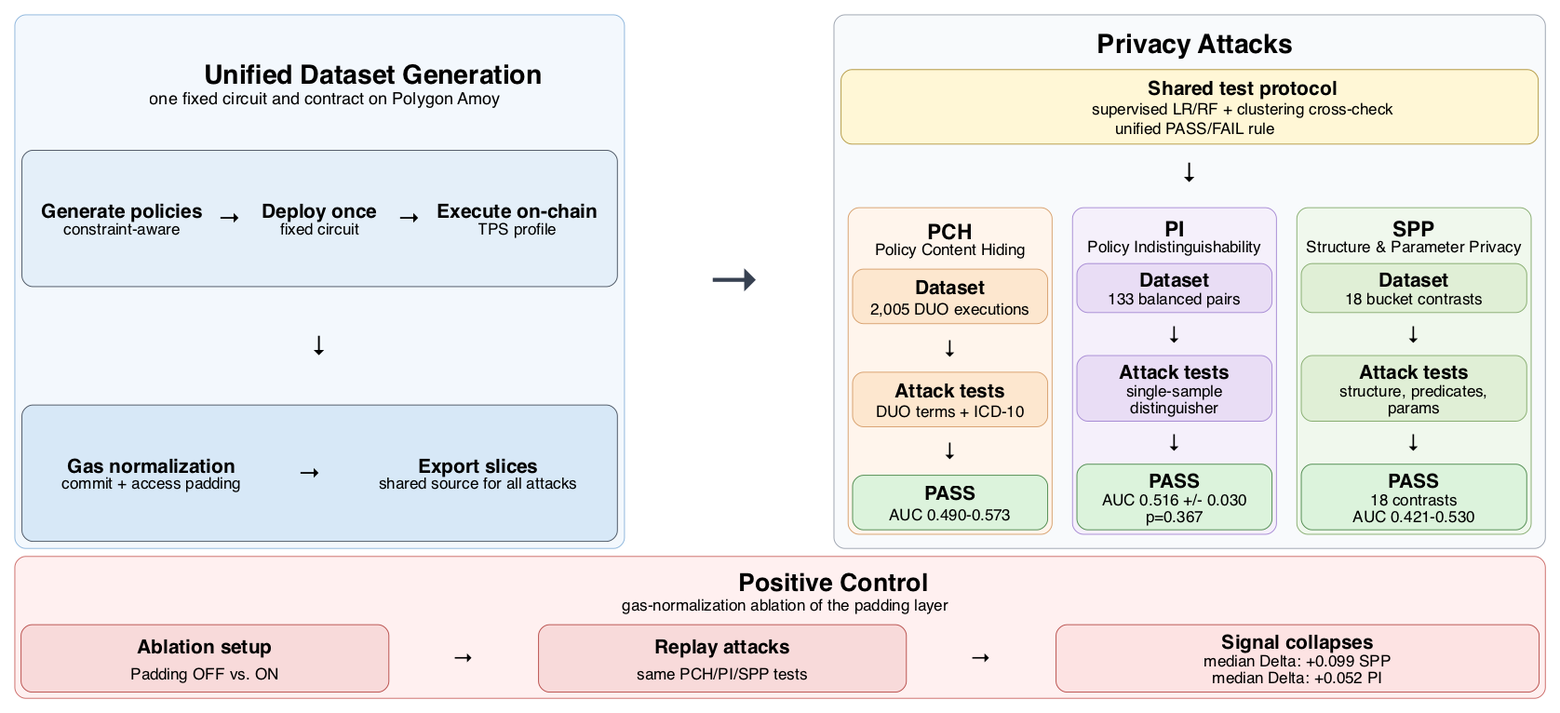
Earlier version of the Graphviz export paper/figures/experiment_flow.png (klifish/policy_privacy). Its source is kept beside it as paper/figures/experiment_flow.dot.
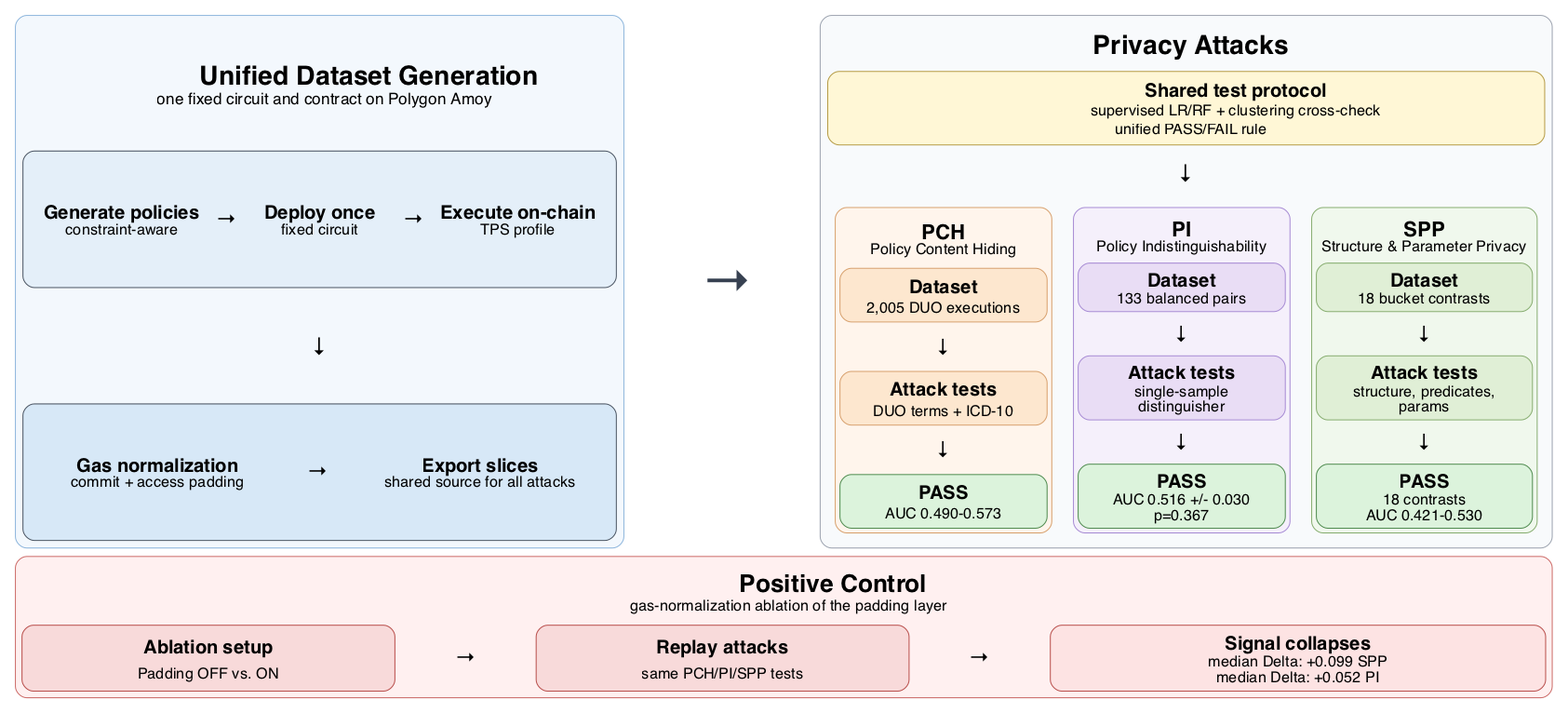
Later version of the same file.

Commit message:
Reduce experiment flow figure font sizes for better fit

Change to the diagram source:
```diff
@@ -11,7 +11,7 @@
     node [
         shape=plain,
         fontname="Helvetica",
-        fontsize=22
+        fontsize=20
     ];
 
     figure [
@@ -23,33 +23,33 @@
                      COLOR="#8db5dc" BGCOLOR="#f3f8fd" STYLE="ROUNDED">
                 <TR>
                   <TD COLSPAN="5" ALIGN="CENTER">
-                    <FONT POINT-SIZE="30"><B>Unified Dataset Generation</B></FONT><BR ALIGN="CENTER"/>
-                    <FONT POINT-SIZE="19">one fixed circuit and contract on Polygon Amoy</FONT>
+                    <FONT POINT-SIZE="28"><B>Unified Dataset Generation</B></FONT><BR ALIGN="CENTER"/>
+                    <FONT POINT-SIZE="17">one fixed circuit and contract on Polygon Amoy</FONT>
                   </TD>
                 </TR>
                 <TR>
                   <TD COLSPAN="5" ALIGN="CENTER" BGCOLOR="#e4eff9" BORDER="1" COLOR="#4b5563" STYLE="ROUNDED">
                     <TABLE BORDER="0" CELLBORDER="0" CELLSPACING="8" CELLPADDING="5">
                       <TR>
-                        <TD WIDTH="150" ALIGN="CENTER"><FONT POINT-SIZE="22"><B>Generate policies</B></FONT><BR ALIGN="CENTER"/><FONT POINT-SIZE="18">constraint-aware</FONT></TD>
-                        <TD><FONT POINT-SIZE="26">&#8594;</FONT></TD>
-                        <TD WIDTH="150" ALIGN="CENTER"><FONT POINT-SIZE="22"><B>Deploy once</B></FONT><BR ALIGN="CENTER"/><FONT POINT-SIZE="18">fixed circuit</FONT></TD>
-                        <TD><FONT POINT-SIZE="26">&#8594;</FONT></TD>
-                        <TD WIDTH="150" ALIGN="CENTER"><FONT POINT-SIZE="22"><B>Execute on-chain</B></FONT><BR ALIGN="CENTER"/><FONT POINT-SIZE="18">TPS profile</FONT></TD>
+                        <TD WIDTH="150" ALIGN="CENTER"><FONT POINT-SIZE="20"><B>Generate policies</B></FONT><BR ALIGN="CENTER"/><FONT POINT-SIZE="16">constraint-aware</FONT></TD>
+                        <TD><FONT POINT-SIZE="22">&#8594;</FONT></TD>
+                        <TD WIDTH="150" ALIGN="CENTER"><FONT POINT-SIZE="20"><B>Deploy once</B></FONT><BR ALIGN="CENTER"/><FONT POINT-SIZE="16">fixed circuit</FONT></TD>
+                        <TD><FONT POINT-SIZE="22">&#8594;</FONT></TD>
+                        <TD WIDTH="150" ALIGN="CENTER"><FONT POINT-SIZE="20"><B>Execute on-chain</B></FONT><BR ALIGN="CENTER"/><FONT POINT-SIZE="16">TPS profile</FONT></TD>
                       </TR>
                     </TABLE>
                   </TD>
                 </TR>
                 <TR>
-                  <TD COLSPAN="5" ALIGN="CENTER"><FONT POINT-SIZE="28">&#8595;</FONT></TD>
+                  <TD COLSPAN="5" ALIGN="CENTER"><FONT POINT-SIZE="24">&#8595;</FONT></TD>
                 </TR>
                 <TR>
                   <TD COLSPAN="5" ALIGN="CENTER" BGCOLOR="#d7e8f7" BORDER="1" COLOR="#4b5563" STYLE="ROUNDED">
                     <TABLE BORDER="0" CELLBORDER="0" CELLSPACING="8" CELLPADDING="5">
                       <TR>
-                        <TD WIDTH="210" ALIGN="CENTER"><FONT POINT-SIZE="22"><B>Gas normalization</B></FONT><BR ALIGN="CENTER"/><FONT POINT-SIZE="18">commit + access padding</FONT></TD>
-                        <TD><FONT POINT-SIZE="26">&#8594;</FONT></TD>
-                        <TD WIDTH="210" ALIGN="CENTER"><FONT POINT-SIZE="22"><B>Export slices</B></FONT><BR ALIGN="CENTER"/><FONT POINT-SIZE="18">shared source for all attacks</FONT></TD>
+                        <TD WIDTH="210" ALIGN="CENTER"><FONT POINT-SIZE="20"><B>Gas normalization</B></FONT><BR ALIGN="CENTER"/><FONT POINT-SIZE="16">commit + access padding</FONT></TD>
+                        <TD><FONT POINT-SIZE="22">&#8594;</FONT></TD>
+                        <TD WIDTH="210" ALIGN="CENTER"><FONT POINT-SIZE="20"><B>Export slices</B></FONT><BR ALIGN="CENTER"/><FONT POINT-SIZE="16">shared source for all attacks</FONT></TD>
                       </TR>
                     </TABLE>
                   </TD>
@@ -58,7 +58,7 @@
             </TD>
 
             <TD WIDTH="55" VALIGN="MIDDLE">
-              <FONT POINT-SIZE="62" COLOR="#374151"><B>&#8594;</B></FONT>
+              <FONT POINT-SIZE="54" COLOR="#374151"><B>&#8594;</B></FONT>
             </TD>
 
             <TD VALIGN="MIDDLE">
@@ -66,42 +66,42 @@
                      COLOR="#9ca3af" BGCOLOR="#f8fafc" STYLE="ROUNDED">
                 <TR>
                   <TD COLSPAN="3" ALIGN="CENTER">
-                    <FONT POINT-SIZE="30"><B>Privacy Attacks</B></FONT>
+                    <FONT POINT-SIZE="28"><B>Privacy Attacks</B></FONT>
                   </TD>
                 </TR>
                 <TR>
                   <TD COLSPAN="3" ALIGN="CENTER" BGCOLOR="#fff7d6" BORDER="1" COLOR="#b59b45" STYLE="ROUNDED">
-                    <FONT POINT-SIZE="22"><B>Shared test protocol</B></FONT><BR ALIGN="CENTER"/>
-                    <FONT POINT-SIZE="18">supervised LR/RF + clustering cross-check</FONT><BR ALIGN="CENTER"/>
-                    <FONT POINT-SIZE="18">unified PASS/FAIL rule</FONT>
+                    <FONT POINT-SIZE="20"><B>Shared test protocol</B></FONT><BR ALIGN="CENTER"/>
+                    <FONT POINT-SIZE="16">supervised LR/RF + clustering cross-check</FONT><BR ALIGN="CENTER"/>
+                    <FONT POINT-SIZE="16">unified PASS/FAIL rule</FONT>
                   </TD>
                 </TR>
                 <TR>
-                  <TD COLSPAN="3" ALIGN="CENTER"><FONT POINT-SIZE="28">&#8595;</FONT></TD>
+                  <TD COLSPAN="3" ALIGN="CENTER"><FONT POINT-SIZE="24">&#8595;</FONT></TD>
                 </TR>
                 <TR>
                   <TD>
                     <TABLE BORDER="1" CELLBORDER="0" CELLSPACING="4" CELLPADDING="6"
                            COLOR="#d7a06d" BGCOLOR="#fff5ec" STYLE="ROUNDED">
-                      <TR><TD WIDTH="220" ALIGN="CENTER"><FONT POINT-SIZE="24"><B>PCH</B></FONT><BR ALIGN="CENTER"/><FONT POINT-SIZE="18">Policy Content Hiding</FONT></TD></TR>
+                      <TR><TD WIDTH="220" ALIGN="CENTER"><FONT POINT-SIZE="22"><B>PCH</B></FONT><BR ALIGN="CENTER"/><FONT POINT-SIZE="16">Policy Content Hiding</FONT></TD></TR>
                       <TR><TD WIDTH="220" ALIGN="CENTER" BGCOLOR="#fde7cf" BORDER="1" COLOR="#d7a06d" STYLE="ROUNDED">
                         <TABLE BORDER="0" CELLBORDER="0" CELLSPACING="0" CELLPADDING="0">
-                          <TR><TD ALIGN="CENTER"><FONT POINT-SIZE="22"><B>Dataset</B></FONT></TD></TR>
-                          <TR><TD ALIGN="CENTER"><FONT POINT-SIZE="18">2,005 DUO executions</FONT></TD></TR>
+                          <TR><TD ALIGN="CENTER"><FONT POINT-SIZE="20"><B>Dataset</B></FONT></TD></TR>
+                          <TR><TD ALIGN="CENTER"><FONT POINT-SIZE="16">2,005 DUO executions</FONT></TD></TR>
                         </TABLE>
                       </TD></TR>
-                      <TR><TD ALIGN="CENTER"><FONT POINT-SIZE="24">&#8595;</FONT></TD></TR>
+                      <TR><TD ALIGN="CENTER"><FONT POINT-SIZE="22">&#8595;</FONT></TD></TR>
                       <TR><TD WIDTH="220" ALIGN="CENTER" BGCOLOR="#fde7cf" BORDER="1" COLOR="#d7a06d" STYLE="ROUNDED">
                         <TABLE BORDER="0" CELLBORDER="0" CELLSPACING="0" CELLPADDING="0">
-                          <TR><TD ALIGN="CENTER"><FONT POINT-SIZE="22"><B>Attack tests</B></FONT></TD></TR>
-                          <TR><TD ALIGN="CENTER"><FONT POINT-SIZE="18">DUO terms + ICD-10</FONT></TD></TR>
+                          <TR><TD ALIGN="CENTER"><FONT POINT-SIZE="20"><B>Attack tests</B></FONT></TD></TR>
+                          <TR><TD ALIGN="CENTER"><FONT POINT-SIZE="16">DUO terms + ICD-10</FONT></TD></TR>
                         </TABLE>
                       </TD></TR>
-                      <TR><TD ALIGN="CENTER"><FONT POINT-SIZE="24">&#8595;</FONT></TD></TR>
+                      <TR><TD ALIGN="CENTER"><FONT POINT-SIZE="22">&#8595;</FONT></TD></TR>
                       <TR><TD WIDTH="220" ALIGN="CENTER" BGCOLOR="#dcf3dc" BORDER="1" COLOR="#4f8b4f" STYLE="ROUNDED">
                         <TABLE BORDER="0" CELLBORDER="0" CELLSPACING="0" CELLPADDING="0">
-                          <TR><TD ALIGN="CENTER"><FONT POINT-SIZE="22"><B>PASS</B></FONT></TD></TR>
-                          <TR><TD ALIGN="CENTER"><FONT POINT-SIZE="18">AUC 0.490-0.573</FONT></TD></TR>
+                          <TR><TD ALIGN="CENTER"><FONT POINT-SIZE="20"><B>PASS</B></FONT></TD></TR>
+                          <TR><TD ALIGN="CENTER"><FONT POINT-SIZE="16">AUC 0.490-0.573</FONT></TD></TR>
                         </TABLE>
                       </TD></TR>
                     </TABLE>
@@ -109,27 +109,27 @@
                   <TD>
                     <TABLE BORDER="1" CELLBORDER="0" CELLSPACING="4" CELLPADDING="6"
                            COLOR="#a78bd4" BGCOLOR="#f5f0fb" STYLE="ROUNDED">
-                      <TR><TD WIDTH="220" ALIGN="CENTER"><FONT POINT-SIZE="24"><B>PI</B></FONT><BR ALIGN="CENTER"/><FONT POINT-SIZE="18">Policy Indistinguishability</FONT></TD></TR>
+                      <TR><TD WIDTH="220" ALIGN="CENTER"><FONT POINT-SIZE="22"><B>PI</B></FONT><BR ALIGN="CENTER"/><FONT POINT-SIZE="16">Policy Indistinguishability</FONT></TD></TR>
                       <TR><TD WIDTH="220" ALIGN="CENTER" BGCOLOR="#e9ddf5" BORDER="1" COLOR="#a78bd4" STYLE="ROUNDED">
                         <TABLE BORDER="0" CELLBORDER="0" CELLSPACING="0" CELLPADDING="0">
-                          <TR><TD ALIGN="CENTER"><FONT POINT-SIZE="22"><B>Dataset</B></FONT></TD></TR>
-                          <TR><TD ALIGN="CENTER"><FONT POINT-SIZE="18">133 balanced pairs</FONT></TD></TR>
+                          <TR><TD ALIGN="CENTER"><FONT POINT-SIZE="20"><B>Dataset</B></FONT></TD></TR>
+                          <TR><TD ALIGN="CENTER"><FONT POINT-SIZE="16">133 balanced pairs</FONT></TD></TR>
                         </TABLE>
                       </TD></TR>
-                      <TR><TD ALIGN="CENTER"><FONT POINT-SIZE="24">&#8595;</FONT></TD></TR>
+                      <TR><TD ALIGN="CENTER"><FONT POINT-SIZE="22">&#8595;</FONT></TD></TR>
                       <TR><TD WIDTH="220" ALIGN="CENTER" BGCOLOR="#e9ddf5" BORDER="1" COLOR="#a78bd4" STYLE="ROUNDED">
                         <TABLE BORDER="0" CELLBORDER="0" CELLSPACING="0" CELLPADDING="0">
-                          <TR><TD ALIGN="CENTER"><FONT POINT-SIZE="22"><B>Attack tests</B></FONT></TD></TR>
-                          <TR><TD ALIGN="CENTER"><FONT POINT-SIZE="18">single-sample</FONT></TD></TR>
-                          <TR><TD ALIGN="CENTER"><FONT POINT-SIZE="18">distinguisher</FONT></TD></TR>
+                          <TR><TD ALIGN="CENTER"><FONT POINT-SIZE="20"><B>Attack tests</B></FONT></TD></TR>
+                          <TR><TD ALIGN="CENTER"><FONT POINT-SIZE="16">single-sample</FONT></TD></TR>
+                          <TR><TD ALIGN="CENTER"><FONT POINT-SIZE="16">distinguisher</FONT></TD></TR>
                         </TABLE>
                       </TD></TR>
-                      <TR><TD ALIGN="CENTER"><FONT POINT-SIZE="24">&#8595;</FONT></TD></TR>
+                      <TR><TD ALIGN="CENTER"><FONT POINT-SIZE="22">&#8595;</FONT></TD></TR>
                       <TR><TD WIDTH="220" ALIGN="CENTER" BGCOLOR="#dcf3dc" BORDER="1" COLOR="#4f8b4f" STYLE="ROUNDED">
                         <TABLE BORDER="0" CELLBORDER="0" CELLSPACING="0" CELLPADDING="0">
-                          <TR><TD ALIGN="CENTER"><FONT POINT-SIZE="22"><B>PASS</B></FONT></TD></TR>
-                          <TR><TD ALIGN="CENTER"><FONT POINT-SIZE="18">AUC 0.516 +/- 0.030</FONT></TD></TR>
-                          <TR><TD ALIGN="CENTER"><FONT POINT-SIZE="18">p=0.367</FONT></TD></TR>
+                          <TR><TD ALIGN="CENTER"><FONT POINT-SIZE="20"><B>PASS</B></FONT></TD></TR>
+                          <TR><TD ALIGN="CENTER"><FONT POINT-SIZE="16">AUC 0.516 +/- 0.030</FONT></TD></TR>
+                          <TR><TD ALIGN="CENTER"><FONT POINT-SIZE="16">p=0.367</FONT></TD></TR>
                         </TABLE>
                       </TD></TR>
                     </TABLE>
@@ -137,27 +137,27 @@
                   <TD>
                     <TABLE BORDER="1" CELLBORDER="0" CELLSPACING="4" CELLPADDING="6"
                            COLOR="#87ad70" BGCOLOR="#f0f8ed" STYLE="ROUNDED">
-                      <TR><TD WIDTH="220" ALIGN="CENTER"><FONT POINT-SIZE="24"><B>SPP</B></FONT><BR ALIGN="CENTER"/><FONT POINT-SIZE="18">Structure &amp; Parameter Privacy</FONT></TD></TR>
+                      <TR><TD WIDTH="220" ALIGN="CENTER"><FONT POINT-SIZE="22"><B>SPP</B></FONT><BR ALIGN="CENTER"/><FONT POINT-SIZE="16">Structure &amp; Parameter Privacy</FONT></TD></TR>
                       <TR><TD WIDTH="220" ALIGN="CENTER" BGCOLOR="#e0efd6" BORDER="1" COLOR="#87ad70" STYLE="ROUNDED">
                         <TABLE BORDER="0" CELLBORDER="0" CELLSPACING="0" CELLPADDING="0">
-                          <TR><TD ALIGN="CENTER"><FONT POINT-SIZE="22"><B>Dataset</B></FONT></TD></TR>
-                          <TR><TD ALIGN="CENTER"><FONT POINT-SIZE="18">18 bucket contrasts</FONT></TD></TR>
+                          <TR><TD ALIGN="CENTER"><FONT POINT-SIZE="20"><B>Dataset</B></FONT></TD></TR>
+                          <TR><TD ALIGN="CENTER"><FONT POINT-SIZE="16">18 bucket contrasts</FONT></TD></TR>
                         </TABLE>
                       </TD></TR>
-                      <TR><TD ALIGN="CENTER"><FONT POINT-SIZE="24">&#8595;</FONT></TD></TR>
+                      <TR><TD ALIGN="CENTER"><FONT POINT-SIZE="22">&#8595;</FONT></TD></TR>
                       <TR><TD WIDTH="220" ALIGN="CENTER" BGCOLOR="#e0efd6" BORDER="1" COLOR="#87ad70" STYLE="ROUNDED">
                         <TABLE BORDER="0" CELLBORDER="0" CELLSPACING="0" CELLPADDING="0">
-                          <TR><TD ALIGN="CENTER"><FONT POINT-SIZE="22"><B>Attack tests</B></FONT></TD></TR>
-                          <TR><TD ALIGN="CENTER"><FONT POINT-SIZE="18">structure, predicates,</FONT></TD></TR>
-                          <TR><TD ALIGN="CENTER"><FONT POINT-SIZE="18">params</FONT></TD></TR>
+                          <TR><TD ALIGN="CENTER"><FONT POINT-SIZE="20"><B>Attack tests</B></FONT></TD></TR>
+                          <TR><TD ALIGN="CENTER"><FONT POINT-SIZE="16">structure, predicates,</FONT></TD></TR>
+                          <TR><TD ALIGN="CENTER"><FONT POINT-SIZE="16">params</FONT></TD></TR>
                         </TABLE>
                       </TD></TR>
-                      <TR><TD ALIGN="CENTER"><FONT POINT-SIZE="24">&#8595;</FONT></TD></TR>
+                      <TR><TD ALIGN="CENTER"><FONT POINT-SIZE="22">&#8595;</FONT></TD></TR>
                       <TR><TD WIDTH="220" ALIGN="CENTER" BGCOLOR="#dcf3dc" BORDER="1" COLOR="#4f8b4f" STYLE="ROUNDED">
                         <TABLE BORDER="0" CELLBORDER="0" CELLSPACING="0" CELLPADDING="0">
-                          <TR><TD ALIGN="CENTER"><FONT POINT-SIZE="22"><B>PASS</B></FONT></TD></TR>
-                          <TR><TD ALIGN="CENTER"><FONT POINT-SIZE="18">18 contrasts</FONT></TD></TR>
-                          <TR><TD ALIGN="CENTER"><FONT POINT-SIZE="18">AUC 0.421-0.530</FONT></TD></TR>
+                          <TR><TD ALIGN="CENTER"><FONT POINT-SIZE="20"><B>PASS</B></FONT></TD></TR>
+                          <TR><TD ALIGN="CENTER"><FONT POINT-SIZE="16">18 contrasts</FONT></TD></TR>
+                          <TR><TD ALIGN="CENTER"><FONT POINT-SIZE="16">AUC 0.421-0.530</FONT></TD></TR>
                         </TABLE>
                       </TD></TR>
                     </TABLE>
@@ -173,30 +173,30 @@
                      COLOR="#cc6b68" BGCOLOR="#fff0f0" STYLE="ROUNDED">
                 <TR>
                   <TD COLSPAN="5" ALIGN="CENTER">
-                    <FONT POINT-SIZE="28"><B>Positive Control</B></FONT><BR ALIGN="CENTER"/>
-                    <FONT POINT-SIZE="18">gas-normalization ablation of the padding layer</FONT>
+                    <FONT POINT-SIZE="26"><B>Positive Control</B></FONT><BR ALIGN="CENTER"/>
+                    <FONT POINT-SIZE="16">gas-normalization ablation of the padding layer</FONT>
                   </TD>
                 </TR>
                 <TR>
                   <TD WIDTH="300" ALIGN="CENTER" BGCOLOR="#f8dada" BORDER="1" COLOR="#b84e4b" STYLE="ROUNDED">
                     <TABLE BORDER="0" CELLBORDER="0" CELLSPACING="0" CELLPADDING="0">
-                      <TR><TD ALIGN="CENTER"><FONT POINT-SIZE="22"><B>Ablation setup</B></FONT></TD></TR>
-                      <TR><TD ALIGN="CENTER"><FONT POINT-SIZE="18">Padding OFF vs. ON</FONT></TD></TR>
+                      <TR><TD ALIGN="CENTER"><FONT POINT-SIZE="20"><B>Ablation setup</B></FONT></TD></TR>
+                      <TR><TD ALIGN="CENTER"><FONT POINT-SIZE="16">Padding OFF vs. ON</FONT></TD></TR>
                     </TABLE>
                   </TD>
-                  <TD WIDTH="42" ALIGN="CENTER"><FONT POINT-SIZE="24">&#8594;</FONT></TD>
+                  <TD WIDTH="42" ALIGN="CENTER"><FONT POINT-SIZE="22">&#8594;</FONT></TD>
                   <TD WIDTH="300" ALIGN="CENTER" BGCOLOR="#f8dada" BORDER="1" COLOR="#b84e4b" STYLE="ROUNDED">
                     <TABLE BORDER="0" CELLBORDER="0" CELLSPACING="0" CELLPADDING="0">
-                      <TR><TD ALIGN="CENTER"><FONT POINT-SIZE="22"><B>Replay attacks</B></FONT></TD></TR>
-                      <TR><TD ALIGN="CENTER"><FONT POINT-SIZE="18">same PCH/PI/SPP tests</FONT></TD></TR>
+                      <TR><TD ALIGN="CENTER"><FONT POINT-SIZE="20"><B>Replay attacks</B></FONT></TD></TR>
+                      <TR><TD ALIGN="CENTER"><FONT POINT-SIZE="16">same PCH/PI/SPP tests</FONT></TD></TR>
                     </TABLE>
                   </TD>
-                  <TD WIDTH="42" ALIGN="CENTER"><FONT POINT-SIZE="24">&#8594;</FONT></TD>
+                  <TD WIDTH="42" ALIGN="CENTER"><FONT POINT-SIZE="22">&#8594;</FONT></TD>
                   <TD WIDTH="430" ALIGN="CENTER" BGCOLOR="#fde3e3" BORDER="1" COLOR="#b84e4b" STYLE="ROUNDED">
                     <TABLE BORDER="0" CELLBORDER="0" CELLSPACING="0" CELLPADDING="0">
-                      <TR><TD ALIGN="CENTER"><FONT POINT-SIZE="22"><B>Signal collapses</B></FONT></TD></TR>
-                      <TR><TD ALIGN="CENTER"><FONT POINT-SIZE="18">median Delta: +0.099 SPP</FONT></TD></TR>
-                      <TR><TD ALIGN="CENTER"><FONT POINT-SIZE="18">median Delta: +0.052 PI</FONT></TD></TR>
+                      <TR><TD ALIGN="CENTER"><FONT POINT-SIZE="20"><B>Signal collapses</B></FONT></TD></TR>
+                      <TR><TD ALIGN="CENTER"><FONT POINT-SIZE="16">median Delta: +0.099 SPP</FONT></TD></TR>
+                      <TR><TD ALIGN="CENTER"><FONT POINT-SIZE="16">median Delta: +0.052 PI</FONT></TD></TR>
                     </TABLE>
                   </TD>
                 </TR>
```
